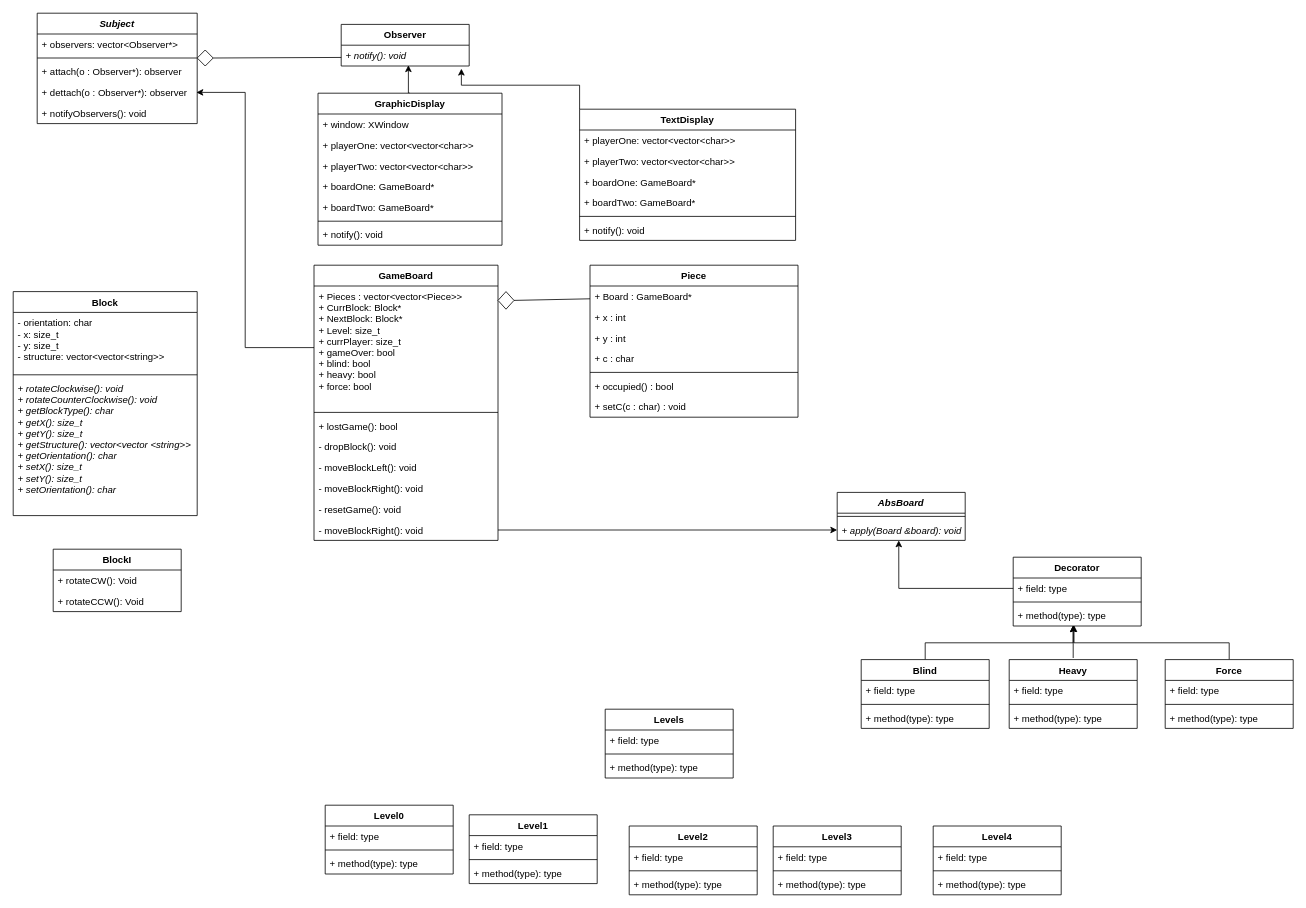
This is UML.drawio from velomafinsights/biquadris, a draw.io file, before an edit. Source tidied: cells renumbered, new cells numbered last; positions are measured from the earlier drawing's top-left corner, leaving out a move shared by most shapes. Both pictures are drawn from the tidied source at 80%, with x=0, y=0 at pixel (13, 13).
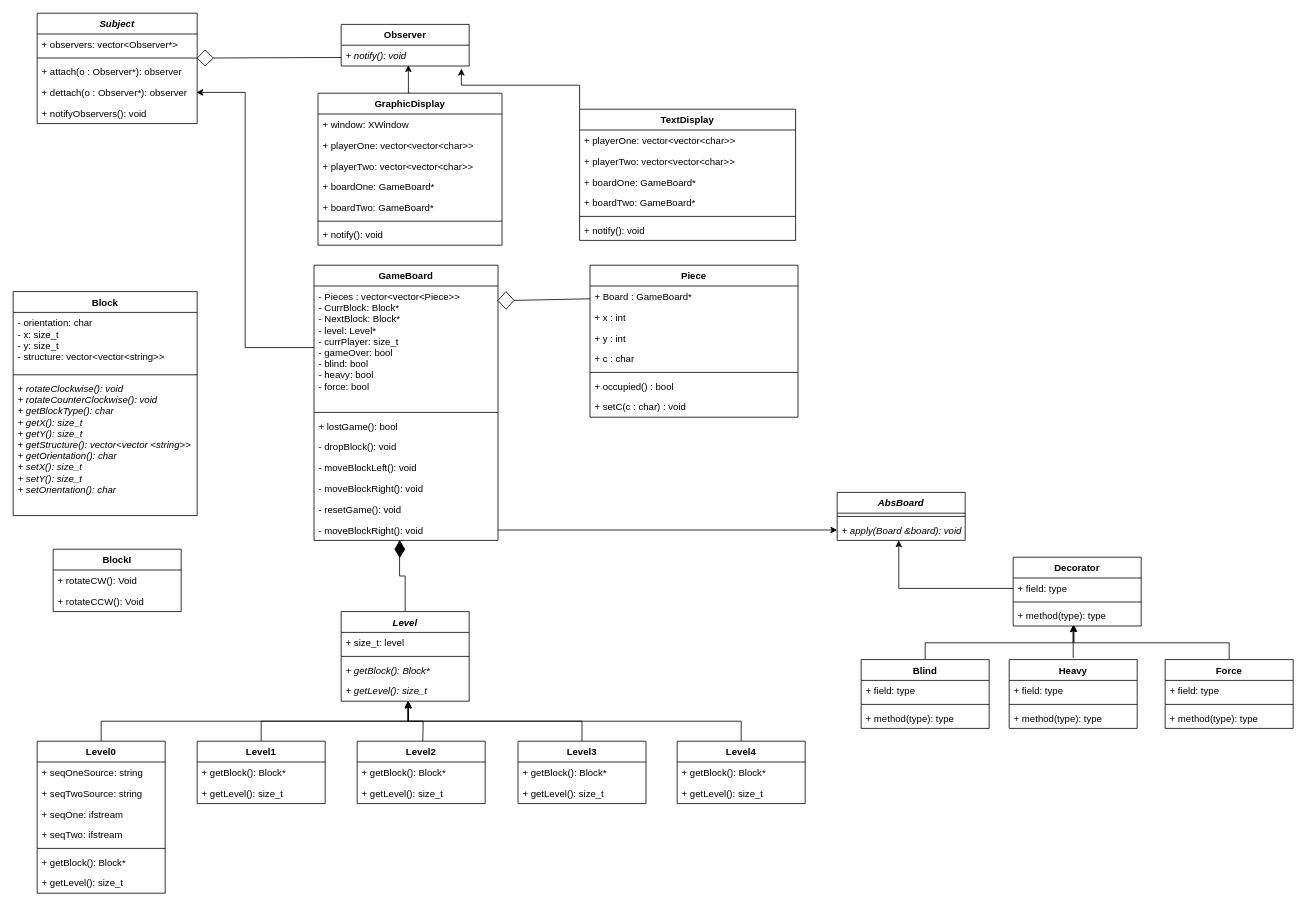
After the change.

Unchanged cells that the change refers to:
```xml
<mxCell id="27" value="GameBoard" style="swimlane;fontStyle=1;align=center;verticalAlign=top;horizontal=1;startSize=26;" parent="1" vertex="1">
  <mxGeometry x="376" y="315" width="230" height="344" as="geometry" />
</mxCell>
<mxCell id="35" value="- moveBlockRight(): void" style="text;strokeColor=none;fillColor=none;align=left;verticalAlign=top;spacingLeft=4;spacingRight=4;overflow=hidden;points=[[0,0.5],[1,0.5]];portConstraint=eastwest;" parent="27" vertex="1">
  <mxGeometry y="318" width="230" height="26" as="geometry" />
</mxCell>
```

Change to the diagram source:
```diff
@@
-    <mxCell id="28" value="+ Pieces : vector&lt;vector&lt;Piece&gt;&gt;&#10;+ CurrBlock: Block*&#10;+ NextBlock: Block*&#10;+ Level: size_t&#10;+ currPlayer: size_t&#10;+ gameOver: bool&#10;+ blind: bool&#10;+ heavy: bool&#10;+ force: bool" style="text;strokeColor=none;fillColor=none;align=left;verticalAlign=top;spacingLeft=4;spacingRight=4;overflow=hidden;points=[[0,0.5],[1,0.5]];portConstraint=eastwest;" parent="27" vertex="1">
+    <mxCell id="28" value="- Pieces : vector&lt;vector&lt;Piece&gt;&gt;&#10;- CurrBlock: Block*&#10;- NextBlock: Block*&#10;- level: Level* &#10;- currPlayer: size_t&#10;- gameOver: bool&#10;- blind: bool&#10;- heavy: bool&#10;- force: bool" style="text;strokeColor=none;fillColor=none;align=left;verticalAlign=top;spacingLeft=4;spacingRight=4;overflow=hidden;points=[[0,0.5],[1,0.5]];portConstraint=eastwest;" parent="27" vertex="1">
       <mxGeometry y="26" width="230" height="154" as="geometry" />
     </mxCell>
@@
-    <mxCell id="43" value="Levels" style="swimlane;fontStyle=1;align=center;verticalAlign=top;horizontal=1;startSize=26;" parent="1" vertex="1">
-      <mxGeometry x="740" y="870" width="160" height="86" as="geometry" />
-    </mxCell>
-    <mxCell id="44" value="+ field: type" style="text;strokeColor=none;fillColor=none;align=left;verticalAlign=top;spacingLeft=4;spacingRight=4;overflow=hidden;" parent="43" vertex="1">
-      <mxGeometry y="26" width="160" height="26" as="geometry" />
-    </mxCell>
-    <mxCell id="45" style="line;strokeWidth=1;fillColor=none;align=left;verticalAlign=middle;spacingTop=-1;spacingLeft=3;spacingRight=3;labelPosition=right;strokeColor=inherit;" parent="43" vertex="1">
-      <mxGeometry y="52" width="160" height="8" as="geometry" />
-    </mxCell>
-    <mxCell id="46" value="+ method(type): type" style="text;strokeColor=none;fillColor=none;align=left;verticalAlign=top;spacingLeft=4;spacingRight=4;overflow=hidden;" parent="43" vertex="1">
-      <mxGeometry y="60" width="160" height="26" as="geometry" />
-    </mxCell>
@@
-    <mxCell id="60" value="Level0" style="swimlane;fontStyle=1;align=center;verticalAlign=top;horizontal=1;startSize=26;" parent="1" vertex="1">
-      <mxGeometry x="390" y="990" width="160" height="86" as="geometry" />
-    </mxCell>
-    <mxCell id="61" value="+ field: type" style="text;strokeColor=none;fillColor=none;align=left;verticalAlign=top;spacingLeft=4;spacingRight=4;overflow=hidden;" parent="60" vertex="1">
-      <mxGeometry y="26" width="160" height="26" as="geometry" />
-    </mxCell>
-    <mxCell id="62" style="line;strokeWidth=1;fillColor=none;align=left;verticalAlign=middle;spacingTop=-1;spacingLeft=3;spacingRight=3;labelPosition=right;strokeColor=inherit;" parent="60" vertex="1">
-      <mxGeometry y="52" width="160" height="8" as="geometry" />
-    </mxCell>
-    <mxCell id="63" value="+ method(type): type" style="text;strokeColor=none;fillColor=none;align=left;verticalAlign=top;spacingLeft=4;spacingRight=4;overflow=hidden;" parent="60" vertex="1">
-      <mxGeometry y="60" width="160" height="26" as="geometry" />
-    </mxCell>
-    <mxCell id="64" value="Level1" style="swimlane;fontStyle=1;align=center;verticalAlign=top;horizontal=1;startSize=26;" parent="1" vertex="1">
-      <mxGeometry x="570" y="1002" width="160" height="86" as="geometry" />
-    </mxCell>
-    <mxCell id="65" value="+ field: type" style="text;strokeColor=none;fillColor=none;align=left;verticalAlign=top;spacingLeft=4;spacingRight=4;overflow=hidden;" parent="64" vertex="1">
-      <mxGeometry y="26" width="160" height="26" as="geometry" />
-    </mxCell>
-    <mxCell id="66" style="line;strokeWidth=1;fillColor=none;align=left;verticalAlign=middle;spacingTop=-1;spacingLeft=3;spacingRight=3;labelPosition=right;strokeColor=inherit;" parent="64" vertex="1">
-      <mxGeometry y="52" width="160" height="8" as="geometry" />
-    </mxCell>
-    <mxCell id="67" value="+ method(type): type" style="text;strokeColor=none;fillColor=none;align=left;verticalAlign=top;spacingLeft=4;spacingRight=4;overflow=hidden;" parent="64" vertex="1">
-      <mxGeometry y="60" width="160" height="26" as="geometry" />
-    </mxCell>
-    <mxCell id="68" value="Level2" style="swimlane;fontStyle=1;align=center;verticalAlign=top;horizontal=1;startSize=26;" parent="1" vertex="1">
-      <mxGeometry x="770" y="1016" width="160" height="86" as="geometry" />
-    </mxCell>
-    <mxCell id="69" value="+ field: type" style="text;strokeColor=none;fillColor=none;align=left;verticalAlign=top;spacingLeft=4;spacingRight=4;overflow=hidden;" parent="68" vertex="1">
-      <mxGeometry y="26" width="160" height="26" as="geometry" />
-    </mxCell>
-    <mxCell id="70" style="line;strokeWidth=1;fillColor=none;align=left;verticalAlign=middle;spacingTop=-1;spacingLeft=3;spacingRight=3;labelPosition=right;strokeColor=inherit;" parent="68" vertex="1">
-      <mxGeometry y="52" width="160" height="8" as="geometry" />
-    </mxCell>
-    <mxCell id="71" value="+ method(type): type" style="text;strokeColor=none;fillColor=none;align=left;verticalAlign=top;spacingLeft=4;spacingRight=4;overflow=hidden;" parent="68" vertex="1">
-      <mxGeometry y="60" width="160" height="26" as="geometry" />
-    </mxCell>
-    <mxCell id="72" value="Level3&#10;" style="swimlane;fontStyle=1;align=center;verticalAlign=top;horizontal=1;startSize=26;" parent="1" vertex="1">
-      <mxGeometry x="950" y="1016" width="160" height="86" as="geometry" />
-    </mxCell>
-    <mxCell id="73" value="+ field: type" style="text;strokeColor=none;fillColor=none;align=left;verticalAlign=top;spacingLeft=4;spacingRight=4;overflow=hidden;" parent="72" vertex="1">
-      <mxGeometry y="26" width="160" height="26" as="geometry" />
-    </mxCell>
-    <mxCell id="74" style="line;strokeWidth=1;fillColor=none;align=left;verticalAlign=middle;spacingTop=-1;spacingLeft=3;spacingRight=3;labelPosition=right;strokeColor=inherit;" parent="72" vertex="1">
-      <mxGeometry y="52" width="160" height="8" as="geometry" />
-    </mxCell>
-    <mxCell id="75" value="+ method(type): type" style="text;strokeColor=none;fillColor=none;align=left;verticalAlign=top;spacingLeft=4;spacingRight=4;overflow=hidden;" parent="72" vertex="1">
-      <mxGeometry y="60" width="160" height="26" as="geometry" />
-    </mxCell>
-    <mxCell id="76" value="Level4&#10;" style="swimlane;fontStyle=1;align=center;verticalAlign=top;horizontal=1;startSize=26;" parent="1" vertex="1">
-      <mxGeometry x="1150" y="1016" width="160" height="86" as="geometry" />
-    </mxCell>
-    <mxCell id="77" value="+ field: type" style="text;strokeColor=none;fillColor=none;align=left;verticalAlign=top;spacingLeft=4;spacingRight=4;overflow=hidden;" parent="76" vertex="1">
-      <mxGeometry y="26" width="160" height="26" as="geometry" />
-    </mxCell>
-    <mxCell id="78" style="line;strokeWidth=1;fillColor=none;align=left;verticalAlign=middle;spacingTop=-1;spacingLeft=3;spacingRight=3;labelPosition=right;strokeColor=inherit;" parent="76" vertex="1">
-      <mxGeometry y="52" width="160" height="8" as="geometry" />
-    </mxCell>
-    <mxCell id="79" value="+ method(type): type" style="text;strokeColor=none;fillColor=none;align=left;verticalAlign=top;spacingLeft=4;spacingRight=4;overflow=hidden;" parent="76" vertex="1">
-      <mxGeometry y="60" width="160" height="26" as="geometry" />
-    </mxCell>
@@
+    <mxCell id="104" style="edgeStyle=orthogonalEdgeStyle;rounded=0;jettySize=auto;html=1;entryX=0.525;entryY=1.024;entryDx=0;entryDy=0;entryPerimeter=0;" parent="1" edge="1" source="60" target="129">
+      <mxGeometry relative="1" as="geometry" />
+    </mxCell>
+    <mxCell id="60" value="Level0" style="swimlane;fontStyle=1;align=center;verticalAlign=top;horizontal=1;startSize=26;" parent="1" vertex="1">
+      <mxGeometry x="30" y="910" width="160" height="190" as="geometry" />
+    </mxCell>
+    <mxCell id="105" value="+ seqOneSource: string" style="text;strokeColor=none;fillColor=none;align=left;verticalAlign=top;spacingLeft=4;spacingRight=4;overflow=hidden;" parent="60" vertex="1">
+      <mxGeometry y="26" width="160" height="26" as="geometry" />
+    </mxCell>
+    <mxCell id="106" value="+ seqTwoSource: string" style="text;strokeColor=none;fillColor=none;align=left;verticalAlign=top;spacingLeft=4;spacingRight=4;overflow=hidden;" parent="60" vertex="1">
+      <mxGeometry y="52" width="160" height="26" as="geometry" />
+    </mxCell>
+    <mxCell id="107" value="+ seqOne: ifstream" style="text;strokeColor=none;fillColor=none;align=left;verticalAlign=top;spacingLeft=4;spacingRight=4;overflow=hidden;" parent="60" vertex="1">
+      <mxGeometry y="78" width="160" height="26" as="geometry" />
+    </mxCell>
+    <mxCell id="108" value="+ seqTwo: ifstream" style="text;strokeColor=none;fillColor=none;align=left;verticalAlign=top;spacingLeft=4;spacingRight=4;overflow=hidden;" parent="60" vertex="1">
+      <mxGeometry y="104" width="160" height="26" as="geometry" />
+    </mxCell>
+    <mxCell id="109" style="line;strokeWidth=1;fillColor=none;align=left;verticalAlign=middle;spacingTop=-1;spacingLeft=3;spacingRight=3;labelPosition=right;strokeColor=inherit;" parent="60" vertex="1">
+      <mxGeometry y="130" width="160" height="8" as="geometry" />
+    </mxCell>
+    <mxCell id="110" value="+ getBlock(): Block*" style="text;strokeColor=none;fillColor=none;align=left;verticalAlign=top;spacingLeft=4;spacingRight=4;overflow=hidden;" parent="60" vertex="1">
+      <mxGeometry y="138" width="160" height="26" as="geometry" />
+    </mxCell>
+    <mxCell id="111" value="+ getLevel(): size_t" style="text;strokeColor=none;fillColor=none;align=left;verticalAlign=top;spacingLeft=4;spacingRight=4;overflow=hidden;" parent="60" vertex="1">
+      <mxGeometry y="164" width="160" height="26" as="geometry" />
+    </mxCell>
+    <mxCell id="112" style="edgeStyle=orthogonalEdgeStyle;rounded=0;jettySize=auto;html=1;entryX=0.525;entryY=0.99;entryDx=0;entryDy=0;entryPerimeter=0;" parent="1" edge="1" source="64" target="129">
+      <mxGeometry relative="1" as="geometry" />
+    </mxCell>
+    <mxCell id="64" value="Level1" style="swimlane;fontStyle=1;align=center;verticalAlign=top;horizontal=1;startSize=26;" parent="1" vertex="1">
+      <mxGeometry x="230" y="910" width="160" height="78" as="geometry" />
+    </mxCell>
+    <mxCell id="113" value="+ getBlock(): Block*" style="text;strokeColor=none;fillColor=none;align=left;verticalAlign=top;spacingLeft=4;spacingRight=4;overflow=hidden;" parent="64" vertex="1">
+      <mxGeometry y="26" width="160" height="26" as="geometry" />
+    </mxCell>
+    <mxCell id="114" value="+ getLevel(): size_t" style="text;strokeColor=none;fillColor=none;align=left;verticalAlign=top;spacingLeft=4;spacingRight=4;overflow=hidden;" parent="64" vertex="1">
+      <mxGeometry y="52" width="160" height="26" as="geometry" />
+    </mxCell>
+    <mxCell id="115" style="edgeStyle=orthogonalEdgeStyle;rounded=0;jettySize=auto;html=1;entryX=0.524;entryY=1.02;entryDx=0;entryDy=0;entryPerimeter=0;" parent="1" edge="1" target="129">
+      <mxGeometry relative="1" as="geometry">
+        <mxPoint x="512" y="910" as="sourcePoint" />
+      </mxGeometry>
+    </mxCell>
+    <mxCell id="68" value="Level2" style="swimlane;fontStyle=1;align=center;verticalAlign=top;horizontal=1;startSize=26;" parent="1" vertex="1">
+      <mxGeometry x="430" y="910" width="160" height="78" as="geometry" />
+    </mxCell>
+    <mxCell id="116" value="+ getBlock(): Block*" style="text;strokeColor=none;fillColor=none;align=left;verticalAlign=top;spacingLeft=4;spacingRight=4;overflow=hidden;" parent="68" vertex="1">
+      <mxGeometry y="26" width="160" height="26" as="geometry" />
+    </mxCell>
+    <mxCell id="117" value="+ getLevel(): size_t" style="text;strokeColor=none;fillColor=none;align=left;verticalAlign=top;spacingLeft=4;spacingRight=4;overflow=hidden;" parent="68" vertex="1">
+      <mxGeometry y="52" width="160" height="26" as="geometry" />
+    </mxCell>
+    <mxCell id="118" style="edgeStyle=orthogonalEdgeStyle;rounded=0;jettySize=auto;html=1;entryX=0.524;entryY=1.01;entryDx=0;entryDy=0;entryPerimeter=0;" parent="1" edge="1" source="72" target="129">
+      <mxGeometry relative="1" as="geometry" />
+    </mxCell>
+    <mxCell id="72" value="Level3" style="swimlane;fontStyle=1;align=center;verticalAlign=top;horizontal=1;startSize=26;" parent="1" vertex="1">
+      <mxGeometry x="631" y="910" width="160" height="78" as="geometry" />
+    </mxCell>
+    <mxCell id="119" value="+ getBlock(): Block*" style="text;strokeColor=none;fillColor=none;align=left;verticalAlign=top;spacingLeft=4;spacingRight=4;overflow=hidden;" parent="72" vertex="1">
+      <mxGeometry y="26" width="160" height="26" as="geometry" />
+    </mxCell>
+    <mxCell id="120" value="+ getLevel(): size_t" style="text;strokeColor=none;fillColor=none;align=left;verticalAlign=top;spacingLeft=4;spacingRight=4;overflow=hidden;" parent="72" vertex="1">
+      <mxGeometry y="52" width="160" height="26" as="geometry" />
+    </mxCell>
+    <mxCell id="121" style="edgeStyle=orthogonalEdgeStyle;rounded=0;jettySize=auto;html=1;entryX=0.521;entryY=0.982;entryDx=0;entryDy=0;entryPerimeter=0;" parent="1" edge="1" source="76" target="129">
+      <mxGeometry relative="1" as="geometry" />
+    </mxCell>
+    <mxCell id="76" value="Level4" style="swimlane;fontStyle=1;align=center;verticalAlign=top;horizontal=1;startSize=26;" parent="1" vertex="1">
+      <mxGeometry x="830" y="910" width="160" height="78" as="geometry" />
+    </mxCell>
+    <mxCell id="122" value="+ getBlock(): Block*" style="text;strokeColor=none;fillColor=none;align=left;verticalAlign=top;spacingLeft=4;spacingRight=4;overflow=hidden;" parent="76" vertex="1">
+      <mxGeometry y="26" width="160" height="26" as="geometry" />
+    </mxCell>
+    <mxCell id="123" value="+ getLevel(): size_t" style="text;strokeColor=none;fillColor=none;align=left;verticalAlign=top;spacingLeft=4;spacingRight=4;overflow=hidden;" parent="76" vertex="1">
+      <mxGeometry y="52" width="160" height="26" as="geometry" />
+    </mxCell>
+    <mxCell id="124" style="edgeStyle=orthogonalEdgeStyle;rounded=0;jettySize=auto;html=1;entryX=0.465;entryY=0.977;entryDx=0;entryDy=0;entryPerimeter=0;" parent="1" edge="1" source="125" target="35">
+      <mxGeometry relative="1" as="geometry" />
+    </mxCell>
+    <mxCell id="125" value="Level" style="swimlane;fontStyle=3;align=center;verticalAlign=top;horizontal=1;startSize=26;" parent="1" vertex="1">
+      <mxGeometry x="410" y="748" width="160" height="112" as="geometry" />
+    </mxCell>
+    <mxCell id="126" value="+ size_t: level" style="text;strokeColor=none;fillColor=none;align=left;verticalAlign=top;spacingLeft=4;spacingRight=4;overflow=hidden;" parent="125" vertex="1">
+      <mxGeometry y="26" width="160" height="26" as="geometry" />
+    </mxCell>
+    <mxCell id="127" style="line;strokeWidth=1;fillColor=none;align=left;verticalAlign=middle;spacingTop=-1;spacingLeft=3;spacingRight=3;labelPosition=right;strokeColor=inherit;" parent="125" vertex="1">
+      <mxGeometry y="52" width="160" height="8" as="geometry" />
+    </mxCell>
+    <mxCell id="128" value="+ getBlock(): Block*" style="text;strokeColor=none;fillColor=none;align=left;verticalAlign=top;spacingLeft=4;spacingRight=4;overflow=hidden;fontStyle=2;" parent="125" vertex="1">
+      <mxGeometry y="60" width="160" height="26" as="geometry" />
+    </mxCell>
+    <mxCell id="129" value="+ getLevel(): size_t" style="text;strokeColor=none;fillColor=none;align=left;verticalAlign=top;spacingLeft=4;spacingRight=4;overflow=hidden;points=[[0,0.5],[1,0.5]];portConstraint=eastwest;fontStyle=2;" parent="125" vertex="1">
+      <mxGeometry y="86" width="160" height="26" as="geometry" />
+    </mxCell>
+    <mxCell id="130" style="rhombus;whiteSpace=wrap;html=1;fillColor=#000000;" parent="1" vertex="1">
+      <mxGeometry x="477" y="660" width="12.5" height="20" as="geometry" />
+    </mxCell>
```
